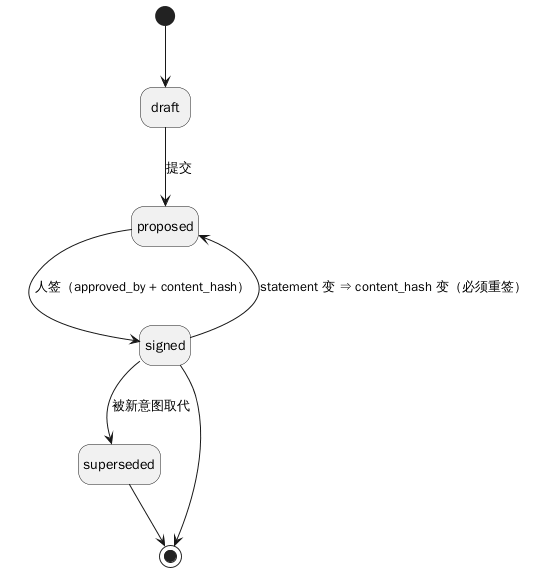
This is design/diagrams/uml-state-intent.png from raitpor/dsh-software-dev-office, a PlantUML export, as it was before one commit.
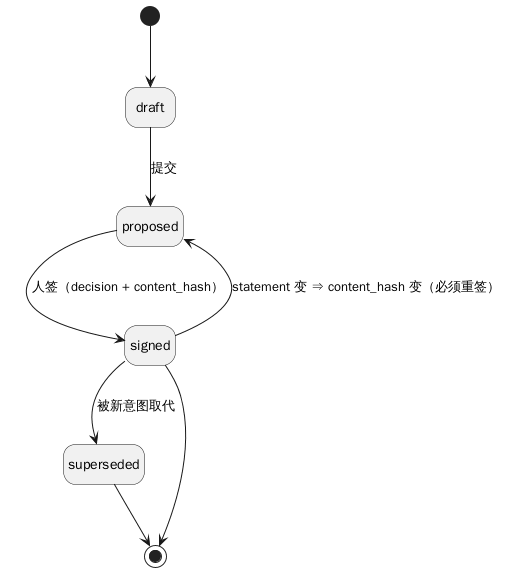
Later version of the same file.

What changed in the source:
```diff
@@ -2,7 +2,7 @@
 hide empty description
 [*] --> draft
 draft --> proposed : 提交
-proposed --> signed : 人签（approved_by + content_hash）
+proposed --> signed : 人签（decision + content_hash）
 signed --> proposed : statement 变 ⇒ content_hash 变（必须重签）
 signed --> superseded : 被新意图取代
 superseded --> [*]
```
